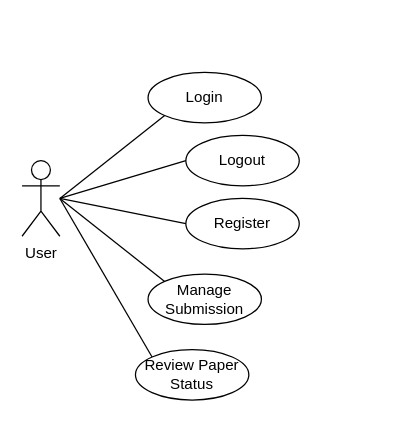
Earlier version of the draw.io diagram page "user" (1 of 5) of diagrams/UseCase.drawio (matthew-sliit/conferencemgtool). Source tidied: cells renumbered, new cells numbered last; positions are measured from the earlier drawing's top-left corner, leaving out a move shared by most shapes. Both pictures are drawn from the tidied source at 126%, with x=0, y=0 at pixel (21, 72).
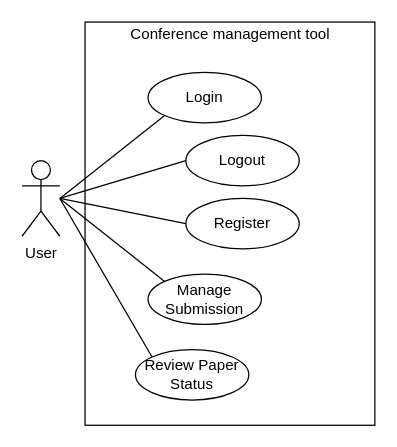
After the change.

The edit, as a diff of the source:
```diff
@@
 <mxGraphModel>
   <root>
     <mxCell id="0" />
     <mxCell id="1" parent="0" />
     <mxCell id="2" value="User" style="shape=umlActor;verticalLabelPosition=bottom;verticalAlign=top;html=1;" parent="1" vertex="1">
       <mxGeometry y="70" width="30" height="60" as="geometry" />
     </mxCell>
     <mxCell id="3" value="Login" style="ellipse;whiteSpace=wrap;html=1;" parent="1" vertex="1">
       <mxGeometry x="100" width="90" height="40" as="geometry" />
     </mxCell>
     <mxCell id="4" value="Logout" style="ellipse;whiteSpace=wrap;html=1;" parent="1" vertex="1">
       <mxGeometry x="130" y="50" width="90" height="40" as="geometry" />
     </mxCell>
     <mxCell id="5" value="Register" style="ellipse;whiteSpace=wrap;html=1;" parent="1" vertex="1">
       <mxGeometry x="130" y="100" width="90" height="40" as="geometry" />
     </mxCell>
     <mxCell id="6" value="Manage Submission" style="ellipse;whiteSpace=wrap;html=1;" parent="1" vertex="1">
       <mxGeometry x="100" y="160" width="90" height="40" as="geometry" />
     </mxCell>
     <mxCell id="7" style="endArrow=none;html=1;entryX=0;entryY=1;entryDx=0;entryDy=0;" parent="1" edge="1" target="3">
       <mxGeometry relative="1" as="geometry">
         <mxPoint x="30" y="100" as="sourcePoint" />
       </mxGeometry>
     </mxCell>
     <mxCell id="8" style="endArrow=none;html=1;entryX=0;entryY=0.5;entryDx=0;entryDy=0;" parent="1" edge="1" target="4">
       <mxGeometry relative="1" as="geometry">
         <mxPoint x="30" y="100" as="sourcePoint" />
       </mxGeometry>
     </mxCell>
     <mxCell id="9" style="endArrow=none;html=1;entryX=0;entryY=0.5;entryDx=0;entryDy=0;" parent="1" edge="1" target="5">
       <mxGeometry relative="1" as="geometry">
         <mxPoint x="30" y="100" as="sourcePoint" />
       </mxGeometry>
     </mxCell>
     <mxCell id="10" style="endArrow=none;html=1;entryX=0;entryY=0;entryDx=0;entryDy=0;" parent="1" edge="1" target="6">
       <mxGeometry relative="1" as="geometry">
         <mxPoint x="30" y="100" as="sourcePoint" />
       </mxGeometry>
     </mxCell>
     <mxCell id="11" value="Review Paper Status" style="ellipse;whiteSpace=wrap;html=1;" parent="1" vertex="1">
       <mxGeometry x="90" y="220" width="90" height="40" as="geometry" />
     </mxCell>
     <mxCell id="12" style="endArrow=none;html=1;entryX=0;entryY=0;entryDx=0;entryDy=0;" parent="1" edge="1" target="11">
       <mxGeometry relative="1" as="geometry">
         <mxPoint x="30" y="100" as="sourcePoint" />
       </mxGeometry>
     </mxCell>
+    <mxCell id="13" style="rounded=0;whiteSpace=wrap;html=1;fillColor=none;" parent="1" vertex="1">
+      <mxGeometry x="50" y="-40" width="230" height="320" as="geometry" />
+    </mxCell>
+    <mxCell id="14" value="Conference management tool" style="text;html=1;align=center;verticalAlign=middle;strokeColor=none;" parent="1" vertex="1">
+      <mxGeometry x="80" y="-40" width="170" height="20" as="geometry" />
+    </mxCell>
   </root>
 </mxGraphModel>
```
